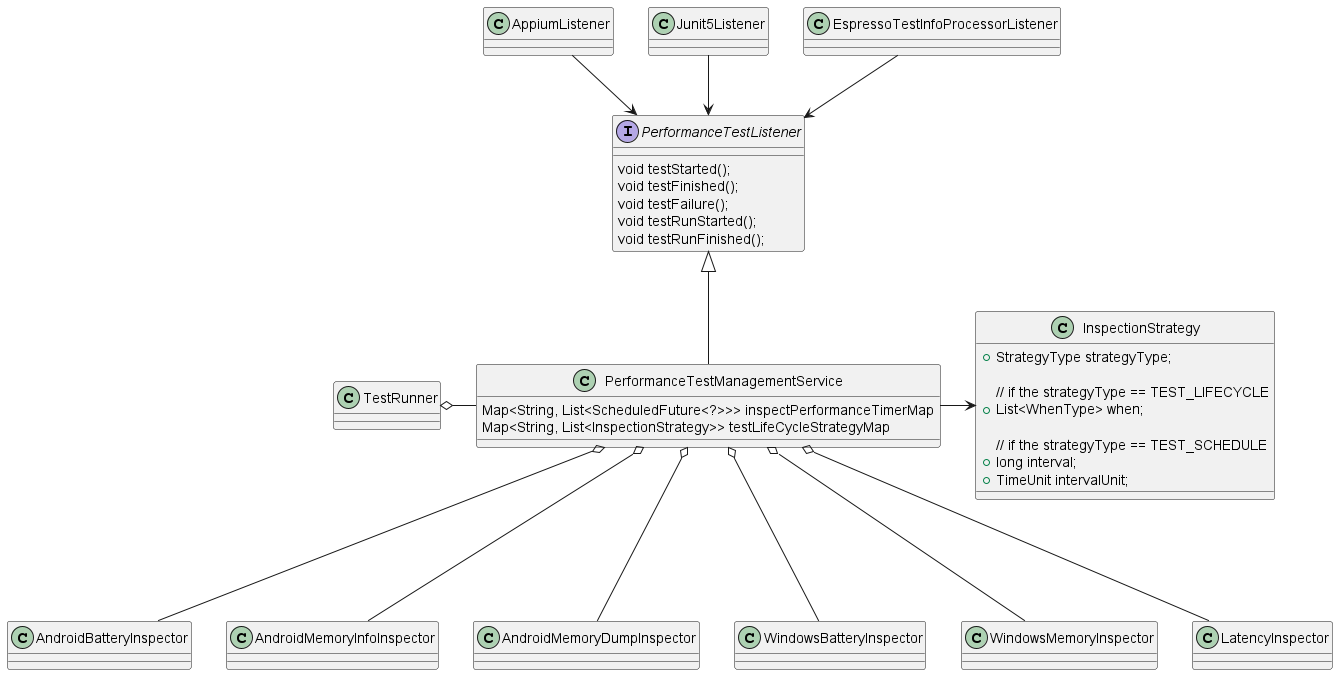
Earlier version of the PlantUML export docs/images/UML/perf_test_class_design.png (microsoft/HydraLab). The source it was exported from:
```plantuml
@startuml perf_test_class_design
class InspectionStrategy {

    + StrategyType strategyType;

    // if the strategyType == TEST_LIFECYCLE
    + List<WhenType> when;

    // if the strategyType == TEST_SCHEDULE
    + long interval;
    + TimeUnit intervalUnit;
}

interface PerformanceTestListener {
    void testStarted();
    void testFinished();
    void testFailure();
    void testRunStarted();
    void testRunFinished();
}

class PerformanceTestManagementService {
    Map<String, List<ScheduledFuture<?>>> inspectPerformanceTimerMap
    Map<String, List<InspectionStrategy>> testLifeCycleStrategyMap
}

AndroidBatteryInspector -up--o PerformanceTestManagementService
AndroidMemoryInfoInspector -up--o PerformanceTestManagementService
AndroidMemoryDumpInspector -up--o PerformanceTestManagementService
WindowsBatteryInspector -up--o PerformanceTestManagementService
WindowsMemoryInspector -up--o PerformanceTestManagementService
LatencyInspector -up--o PerformanceTestManagementService

PerformanceTestManagementService -> InspectionStrategy
PerformanceTestManagementService -u-|> PerformanceTestListener

PerformanceTestManagementService -left-o TestRunner
AppiumListener -d->  PerformanceTestListener
Junit5Listener -d->  PerformanceTestListener
EspressoTestInfoProcessorListener  -d->  PerformanceTestListener
@enduml
```
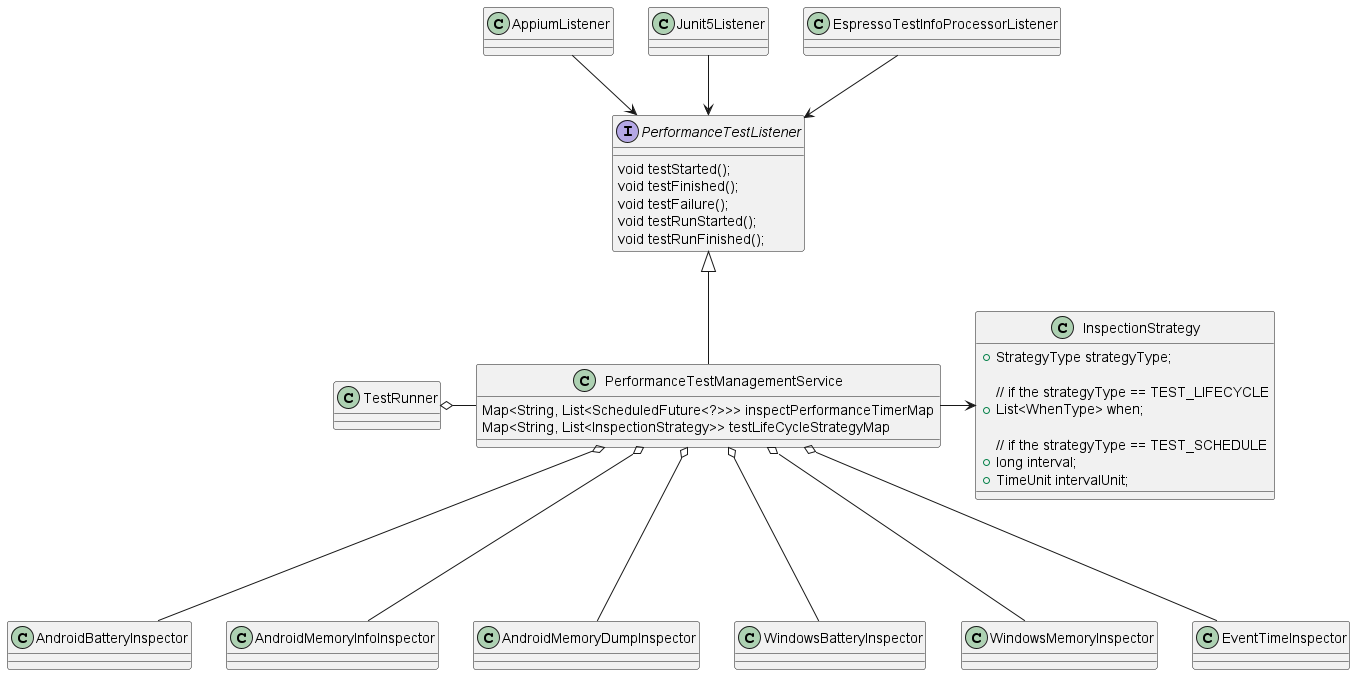
The same diagram one commit later.

Diff of the diagram source:
```diff
@@ -29,7 +29,7 @@
 AndroidMemoryDumpInspector -up--o PerformanceTestManagementService
 WindowsBatteryInspector -up--o PerformanceTestManagementService
 WindowsMemoryInspector -up--o PerformanceTestManagementService
-LatencyInspector -up--o PerformanceTestManagementService
+EventTimeInspector -up--o PerformanceTestManagementService
 
 PerformanceTestManagementService -> InspectionStrategy
 PerformanceTestManagementService -u-|> PerformanceTestListener
```
